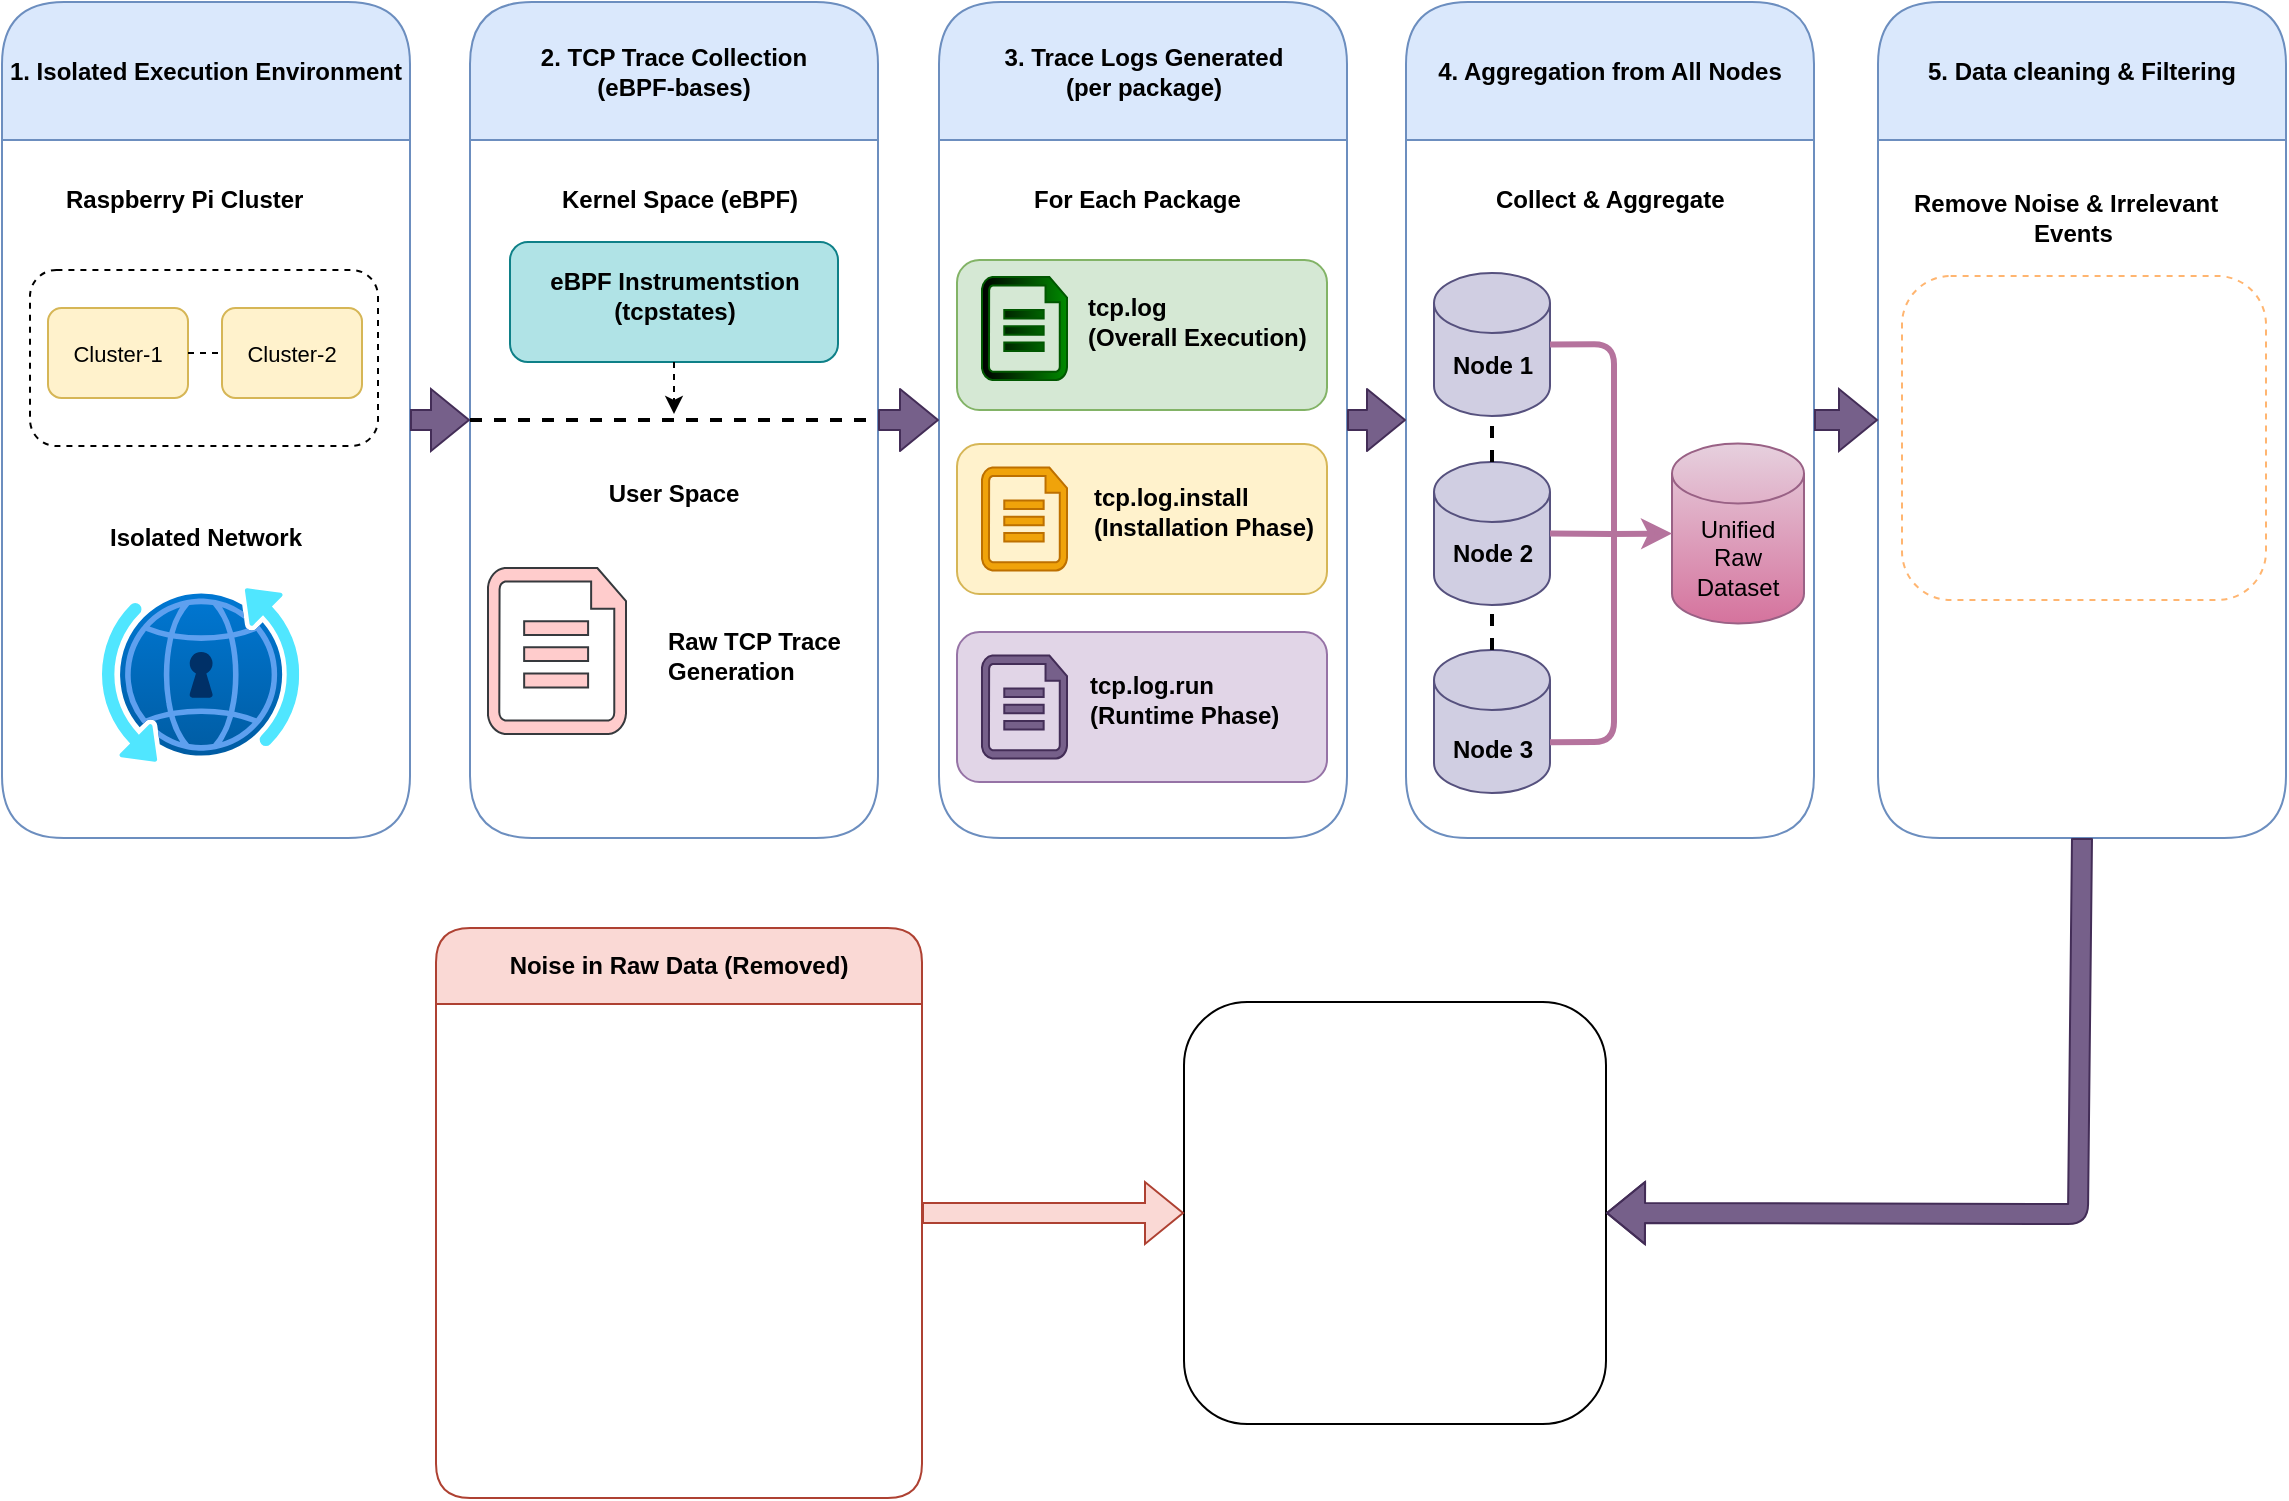
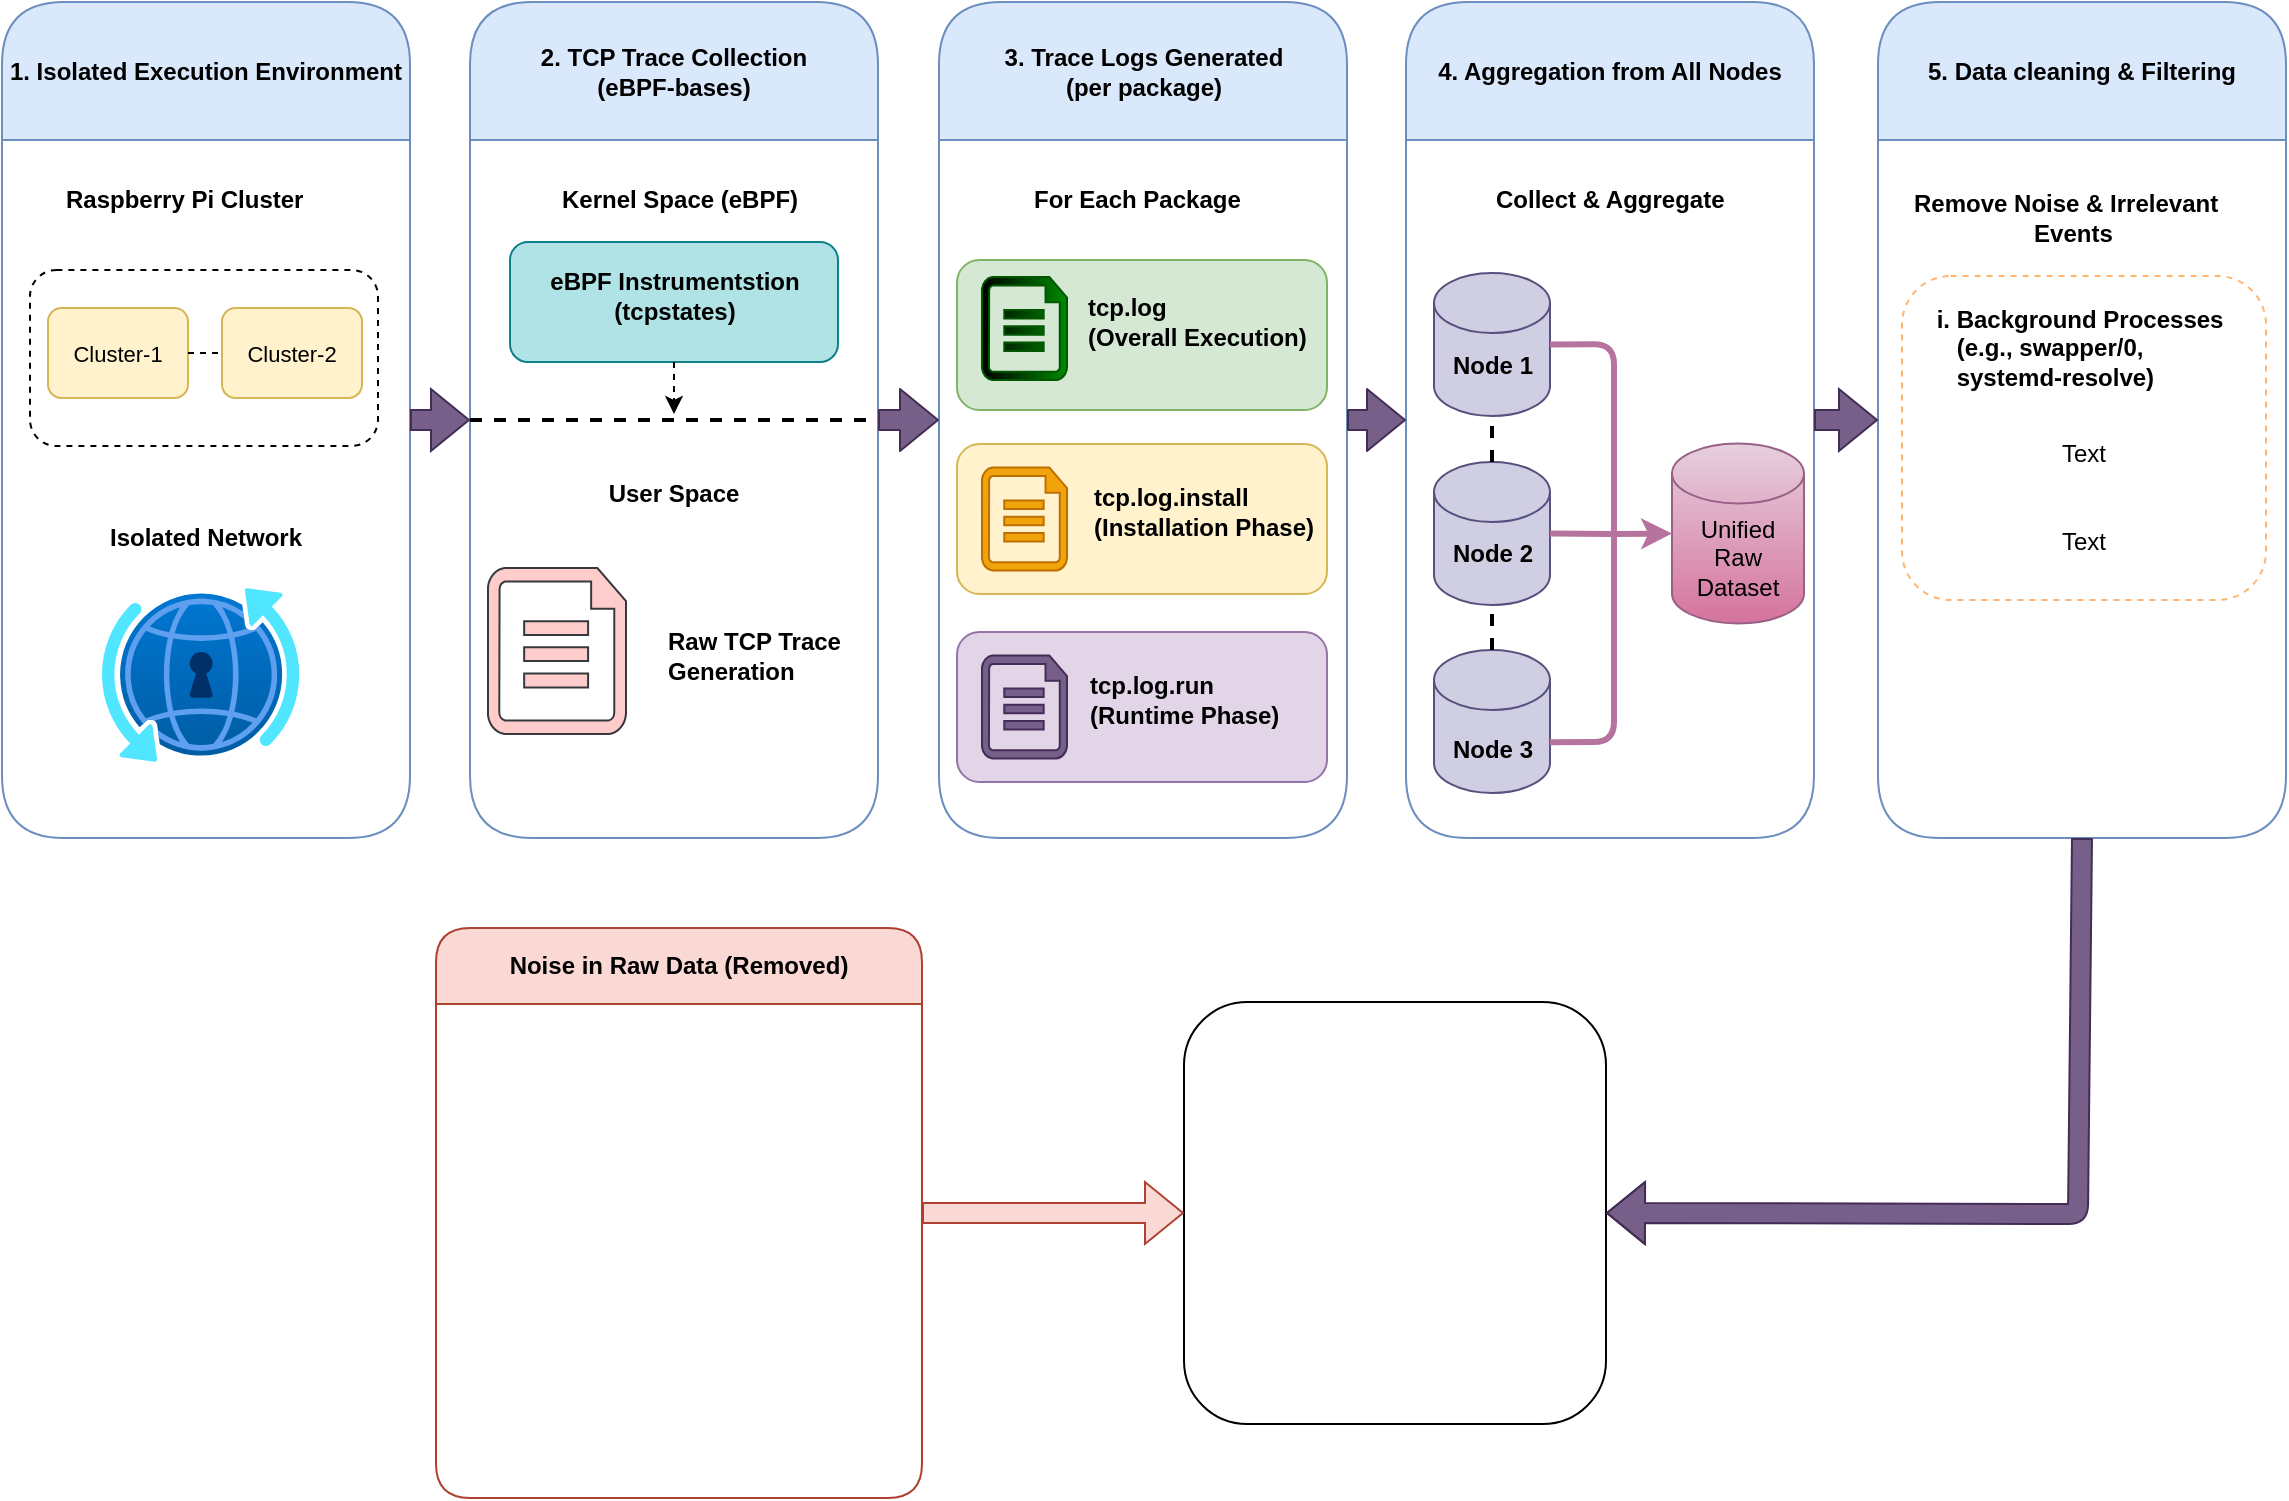
<mxfile host="app.diagrams.net">
  <diagram name="Page-1" id="8kyjSIY6fsYWo43MdOdE">
    <mxGraphModel dx="1406" dy="814" grid="0" gridSize="10" guides="1" tooltips="1" connect="1" arrows="1" fold="1" page="1" pageScale="1" pageWidth="1181" pageHeight="827" background="none" math="0" shadow="0">
      <root>
        <mxCell id="0" />
        <mxCell id="1" parent="0" />
        <mxCell id="yPxf8Ypyw46N0n0ri4En-1" parent="1" style="swimlane;whiteSpace=wrap;html=1;swimlaneFillColor=none;rounded=1;startSize=69;strokeColor=#6c8ebf;fillColor=#dae8fc;" value="1. Isolated Execution Environment" vertex="1">
          <mxGeometry height="418" width="204" x="20" y="29" as="geometry" />
        </mxCell>
        <mxCell id="9OX9V2n5WXdKuxMzRrJa-6" parent="yPxf8Ypyw46N0n0ri4En-1" style="text;strokeColor=none;fillColor=none;align=left;verticalAlign=middle;spacingLeft=4;spacingRight=4;overflow=hidden;points=[[0,0.5],[1,0.5]];portConstraint=eastwest;rotatable=0;whiteSpace=wrap;html=1;" value="&lt;b&gt;Raspberry Pi Cluster&lt;/b&gt;" vertex="1">
          <mxGeometry height="30" width="152" x="26" y="84" as="geometry" />
        </mxCell>
        <mxCell id="9OX9V2n5WXdKuxMzRrJa-7" parent="yPxf8Ypyw46N0n0ri4En-1" style="rounded=1;whiteSpace=wrap;html=1;dashed=1;" value="" vertex="1">
          <mxGeometry height="88" width="174" x="14" y="134" as="geometry" />
        </mxCell>
        <mxCell id="9OX9V2n5WXdKuxMzRrJa-8" parent="yPxf8Ypyw46N0n0ri4En-1" style="rounded=1;whiteSpace=wrap;html=1;fillColor=#fff2cc;strokeColor=#d6b656;" value="" vertex="1">
          <mxGeometry height="45" width="70" x="23" y="153" as="geometry" />
        </mxCell>
        <mxCell id="9OX9V2n5WXdKuxMzRrJa-9" parent="yPxf8Ypyw46N0n0ri4En-1" style="rounded=1;whiteSpace=wrap;html=1;fillColor=#fff2cc;strokeColor=#d6b656;" value="" vertex="1">
          <mxGeometry height="45" width="70" x="110" y="153" as="geometry" />
        </mxCell>
        <mxCell id="9OX9V2n5WXdKuxMzRrJa-10" parent="yPxf8Ypyw46N0n0ri4En-1" style="text;html=1;whiteSpace=wrap;strokeColor=none;fillColor=none;align=center;verticalAlign=middle;rounded=0;" value="&lt;font style=&quot;font-size: 11px;&quot;&gt;Cluster-1&lt;/font&gt;" vertex="1">
          <mxGeometry height="18.5" width="50" x="33" y="166.25" as="geometry" />
        </mxCell>
        <mxCell id="9OX9V2n5WXdKuxMzRrJa-11" parent="yPxf8Ypyw46N0n0ri4En-1" style="text;html=1;whiteSpace=wrap;strokeColor=none;fillColor=none;align=center;verticalAlign=middle;rounded=0;" value="&lt;font style=&quot;font-size: 11px;&quot;&gt;Cluster-2&lt;/font&gt;" vertex="1">
          <mxGeometry height="18.5" width="50" x="120" y="166.25" as="geometry" />
        </mxCell>
        <mxCell id="9OX9V2n5WXdKuxMzRrJa-12" edge="1" parent="yPxf8Ypyw46N0n0ri4En-1" source="9OX9V2n5WXdKuxMzRrJa-8" style="endArrow=none;html=1;rounded=0;exitX=1;exitY=0.5;exitDx=0;exitDy=0;entryX=0;entryY=0.5;entryDx=0;entryDy=0;dashed=1;" target="9OX9V2n5WXdKuxMzRrJa-9" value="">
          <mxGeometry height="50" relative="1" width="50" as="geometry">
            <mxPoint x="545" y="408" as="sourcePoint" />
            <mxPoint x="595" y="358" as="targetPoint" />
          </mxGeometry>
        </mxCell>
        <mxCell id="9OX9V2n5WXdKuxMzRrJa-14" parent="yPxf8Ypyw46N0n0ri4En-1" style="text;strokeColor=none;fillColor=none;align=left;verticalAlign=middle;spacingLeft=4;spacingRight=4;overflow=hidden;points=[[0,0.5],[1,0.5]];portConstraint=eastwest;rotatable=0;whiteSpace=wrap;html=1;" value="&lt;b&gt;Isolated Network&lt;/b&gt;" vertex="1">
          <mxGeometry height="30" width="109" x="47.5" y="253" as="geometry" />
        </mxCell>
        <mxCell id="9OX9V2n5WXdKuxMzRrJa-15" parent="yPxf8Ypyw46N0n0ri4En-1" style="image;aspect=fixed;html=1;points=[];align=center;fontSize=12;image=img/lib/azure2/networking/DNS_Private_Resolver.svg;" value="" vertex="1">
          <mxGeometry height="87" width="98.6" x="50" y="293" as="geometry" />
        </mxCell>
        <mxCell id="yPxf8Ypyw46N0n0ri4En-4" parent="1" style="swimlane;whiteSpace=wrap;html=1;swimlaneFillColor=none;rounded=1;startSize=69;strokeColor=#6c8ebf;fillColor=#dae8fc;" value="2. TCP Trace Collection&lt;div&gt;(eBPF-bases)&lt;/div&gt;" vertex="1">
          <mxGeometry height="418" width="204" x="254" y="29" as="geometry" />
        </mxCell>
        <mxCell id="9OX9V2n5WXdKuxMzRrJa-16" parent="yPxf8Ypyw46N0n0ri4En-4" style="text;strokeColor=none;fillColor=none;align=left;verticalAlign=middle;spacingLeft=4;spacingRight=4;overflow=hidden;points=[[0,0.5],[1,0.5]];portConstraint=eastwest;rotatable=0;whiteSpace=wrap;html=1;" value="&lt;b&gt;Kernel Space (eBPF)&lt;/b&gt;" vertex="1">
          <mxGeometry height="30" width="134" x="40" y="84" as="geometry" />
        </mxCell>
        <mxCell id="9OX9V2n5WXdKuxMzRrJa-20" parent="yPxf8Ypyw46N0n0ri4En-4" style="rounded=1;whiteSpace=wrap;html=1;fillColor=#b0e3e6;strokeColor=#0e8088;" value="" vertex="1">
          <mxGeometry height="60" width="164" x="20" y="120" as="geometry" />
        </mxCell>
        <mxCell id="9OX9V2n5WXdKuxMzRrJa-22" parent="yPxf8Ypyw46N0n0ri4En-4" style="text;html=1;whiteSpace=wrap;strokeColor=none;fillColor=none;align=center;verticalAlign=middle;rounded=0;" value="&lt;b&gt;eBPF Instrumentstion&lt;/b&gt;&lt;div&gt;&lt;b&gt;(tcpstates)&lt;/b&gt;&lt;/div&gt;" vertex="1">
          <mxGeometry height="35" width="133" x="35.5" y="129" as="geometry" />
        </mxCell>
        <mxCell id="9OX9V2n5WXdKuxMzRrJa-23" parent="yPxf8Ypyw46N0n0ri4En-4" style="text;html=1;whiteSpace=wrap;strokeColor=none;fillColor=none;align=center;verticalAlign=middle;rounded=0;" value="&lt;b&gt;User Space&lt;/b&gt;" vertex="1">
          <mxGeometry height="30" width="122" x="41" y="231" as="geometry" />
        </mxCell>
        <mxCell id="9OX9V2n5WXdKuxMzRrJa-24" parent="yPxf8Ypyw46N0n0ri4En-4" style="verticalLabelPosition=bottom;html=1;verticalAlign=top;align=center;shape=mxgraph.azure.cloud_services_configuration_file;pointerEvents=1;fillColor=#ffcccc;strokeColor=#36393d;" value="" vertex="1">
          <mxGeometry height="83" width="69" x="9" y="283" as="geometry" />
        </mxCell>
        <mxCell id="9OX9V2n5WXdKuxMzRrJa-26" parent="yPxf8Ypyw46N0n0ri4En-4" style="text;strokeColor=none;fillColor=none;align=left;verticalAlign=middle;spacingLeft=4;spacingRight=4;overflow=hidden;points=[[0,0.5],[1,0.5]];portConstraint=eastwest;rotatable=0;whiteSpace=wrap;html=1;" value="&lt;b&gt;Raw TCP Trace&lt;/b&gt;&lt;div&gt;&lt;b&gt;Generation&lt;/b&gt;&lt;/div&gt;" vertex="1">
          <mxGeometry height="74" width="99" x="93" y="290" as="geometry" />
        </mxCell>
        <mxCell id="yPxf8Ypyw46N0n0ri4En-5" parent="1" style="swimlane;whiteSpace=wrap;html=1;swimlaneFillColor=none;rounded=1;startSize=69;strokeColor=#6c8ebf;fillColor=#dae8fc;" value="3. Trace Logs Generated&lt;div&gt;(per package)&lt;/div&gt;" vertex="1">
          <mxGeometry height="418" width="204" x="488.5" y="29" as="geometry" />
        </mxCell>
        <mxCell id="9OX9V2n5WXdKuxMzRrJa-17" parent="yPxf8Ypyw46N0n0ri4En-5" style="text;strokeColor=none;fillColor=none;align=left;verticalAlign=middle;spacingLeft=4;spacingRight=4;overflow=hidden;points=[[0,0.5],[1,0.5]];portConstraint=eastwest;rotatable=0;whiteSpace=wrap;html=1;" value="&lt;b&gt;For Each Package&lt;/b&gt;" vertex="1">
          <mxGeometry height="30" width="121.5" x="41.5" y="84" as="geometry" />
        </mxCell>
        <mxCell id="9OX9V2n5WXdKuxMzRrJa-27" parent="yPxf8Ypyw46N0n0ri4En-5" style="rounded=1;whiteSpace=wrap;html=1;fillColor=#d5e8d4;strokeColor=#82b366;" value="" vertex="1">
          <mxGeometry height="75" width="185" x="9" y="129" as="geometry" />
        </mxCell>
        <mxCell id="9OX9V2n5WXdKuxMzRrJa-28" parent="yPxf8Ypyw46N0n0ri4En-5" style="rounded=1;whiteSpace=wrap;html=1;fillColor=#fff2cc;strokeColor=#d6b656;" value="" vertex="1">
          <mxGeometry height="75" width="185" x="9" y="221" as="geometry" />
        </mxCell>
        <mxCell id="9OX9V2n5WXdKuxMzRrJa-29" parent="yPxf8Ypyw46N0n0ri4En-5" style="rounded=1;whiteSpace=wrap;html=1;fillColor=#e1d5e7;strokeColor=#9673a6;" value="" vertex="1">
          <mxGeometry height="75" width="185" x="9" y="315" as="geometry" />
        </mxCell>
        <mxCell id="9OX9V2n5WXdKuxMzRrJa-31" parent="yPxf8Ypyw46N0n0ri4En-5" style="verticalLabelPosition=bottom;html=1;verticalAlign=top;align=center;strokeColor=#005700;fillColor=#008a00;shape=mxgraph.azure.cloud_services_configuration_file;pointerEvents=1;fontColor=#ffffff;shadow=0;gradientColor=default;gradientDirection=west;" value="" vertex="1">
          <mxGeometry height="51.5" width="42.5" x="21.5" y="137.5" as="geometry" />
        </mxCell>
        <mxCell id="9OX9V2n5WXdKuxMzRrJa-32" parent="yPxf8Ypyw46N0n0ri4En-5" style="verticalLabelPosition=bottom;html=1;verticalAlign=top;align=center;strokeColor=#BD7000;fillColor=#f0a30a;shape=mxgraph.azure.cloud_services_configuration_file;pointerEvents=1;fontColor=#000000;shadow=0;gradientDirection=west;" value="" vertex="1">
          <mxGeometry height="51.5" width="42.5" x="21.5" y="232.75" as="geometry" />
        </mxCell>
        <mxCell id="9OX9V2n5WXdKuxMzRrJa-33" parent="yPxf8Ypyw46N0n0ri4En-5" style="verticalLabelPosition=bottom;html=1;verticalAlign=top;align=center;strokeColor=#432D57;fillColor=#76608a;shape=mxgraph.azure.cloud_services_configuration_file;pointerEvents=1;fontColor=#ffffff;shadow=0;gradientDirection=west;" value="" vertex="1">
          <mxGeometry height="51.5" width="42.5" x="21.5" y="326.75" as="geometry" />
        </mxCell>
        <mxCell id="9OX9V2n5WXdKuxMzRrJa-34" parent="yPxf8Ypyw46N0n0ri4En-5" style="text;strokeColor=none;fillColor=none;align=left;verticalAlign=middle;spacingLeft=4;spacingRight=4;overflow=hidden;points=[[0,0.5],[1,0.5]];portConstraint=eastwest;rotatable=0;whiteSpace=wrap;html=1;" value="&lt;b&gt;tcp.log&lt;/b&gt;&lt;div&gt;&lt;b&gt;(Overall Execution)&lt;/b&gt;&lt;/div&gt;" vertex="1">
          <mxGeometry height="44" width="122" x="68" y="137.5" as="geometry" />
        </mxCell>
        <mxCell id="9OX9V2n5WXdKuxMzRrJa-35" parent="yPxf8Ypyw46N0n0ri4En-5" style="text;strokeColor=none;fillColor=none;align=left;verticalAlign=middle;spacingLeft=4;spacingRight=4;overflow=hidden;points=[[0,0.5],[1,0.5]];portConstraint=eastwest;rotatable=0;whiteSpace=wrap;html=1;" value="&lt;b&gt;tcp.log.install&lt;/b&gt;&lt;div&gt;&lt;b&gt;(Installation Phase)&lt;/b&gt;&lt;/div&gt;" vertex="1">
          <mxGeometry height="44" width="121" x="71" y="232.75" as="geometry" />
        </mxCell>
        <mxCell id="9OX9V2n5WXdKuxMzRrJa-36" parent="yPxf8Ypyw46N0n0ri4En-5" style="text;strokeColor=none;fillColor=none;align=left;verticalAlign=middle;spacingLeft=4;spacingRight=4;overflow=hidden;points=[[0,0.5],[1,0.5]];portConstraint=eastwest;rotatable=0;whiteSpace=wrap;html=1;" value="&lt;b&gt;tcp.log.run&lt;/b&gt;&lt;div&gt;&lt;b&gt;(Runtime Phase)&lt;/b&gt;&lt;/div&gt;" vertex="1">
          <mxGeometry height="44" width="119" x="69" y="326.75" as="geometry" />
        </mxCell>
        <mxCell id="yPxf8Ypyw46N0n0ri4En-6" parent="1" style="swimlane;whiteSpace=wrap;html=1;swimlaneFillColor=none;rounded=1;startSize=69;strokeColor=#6c8ebf;fillColor=#dae8fc;" value="4. Aggregation from All Nodes" vertex="1">
          <mxGeometry height="418" width="204" x="722" y="29" as="geometry" />
        </mxCell>
        <mxCell id="9OX9V2n5WXdKuxMzRrJa-37" parent="yPxf8Ypyw46N0n0ri4En-6" style="text;strokeColor=none;fillColor=none;align=left;verticalAlign=middle;spacingLeft=4;spacingRight=4;overflow=hidden;points=[[0,0.5],[1,0.5]];portConstraint=eastwest;rotatable=0;whiteSpace=wrap;html=1;" value="&lt;b&gt;Collect &amp;amp; Aggregate&lt;/b&gt;" vertex="1">
          <mxGeometry height="30" width="125.75" x="39.13" y="84" as="geometry" />
        </mxCell>
        <mxCell id="9OX9V2n5WXdKuxMzRrJa-38" parent="yPxf8Ypyw46N0n0ri4En-6" style="shape=cylinder3;whiteSpace=wrap;html=1;boundedLbl=1;backgroundOutline=1;size=15;fillColor=#d0cee2;strokeColor=#56517e;" value="" vertex="1">
          <mxGeometry height="71.5" width="58" x="14" y="135.5" as="geometry" />
        </mxCell>
        <mxCell id="9OX9V2n5WXdKuxMzRrJa-44" parent="yPxf8Ypyw46N0n0ri4En-6" style="shape=cylinder3;whiteSpace=wrap;html=1;boundedLbl=1;backgroundOutline=1;size=15;fillColor=#d0cee2;strokeColor=#56517e;" value="" vertex="1">
          <mxGeometry height="71.5" width="58" x="14" y="230" as="geometry" />
        </mxCell>
        <mxCell id="9OX9V2n5WXdKuxMzRrJa-45" parent="yPxf8Ypyw46N0n0ri4En-6" style="shape=cylinder3;whiteSpace=wrap;html=1;boundedLbl=1;backgroundOutline=1;size=15;fillColor=#d0cee2;strokeColor=#56517e;" value="" vertex="1">
          <mxGeometry height="71.5" width="58" x="14" y="324" as="geometry" />
        </mxCell>
        <mxCell id="9OX9V2n5WXdKuxMzRrJa-46" edge="1" parent="yPxf8Ypyw46N0n0ri4En-6" source="9OX9V2n5WXdKuxMzRrJa-44" style="endArrow=none;html=1;rounded=0;entryX=0.5;entryY=1;entryDx=0;entryDy=0;entryPerimeter=0;exitX=0.5;exitY=0;exitDx=0;exitDy=0;exitPerimeter=0;dashed=1;strokeWidth=2;" target="9OX9V2n5WXdKuxMzRrJa-38" value="">
          <mxGeometry height="50" relative="1" width="50" as="geometry">
            <mxPoint x="-154" y="387" as="sourcePoint" />
            <mxPoint x="-104" y="337" as="targetPoint" />
          </mxGeometry>
        </mxCell>
        <mxCell id="9OX9V2n5WXdKuxMzRrJa-47" edge="1" parent="yPxf8Ypyw46N0n0ri4En-6" source="9OX9V2n5WXdKuxMzRrJa-45" style="endArrow=none;html=1;rounded=0;entryX=0.5;entryY=1;entryDx=0;entryDy=0;entryPerimeter=0;exitX=0.5;exitY=0;exitDx=0;exitDy=0;exitPerimeter=0;dashed=1;strokeWidth=2;" target="9OX9V2n5WXdKuxMzRrJa-44" value="">
          <mxGeometry height="50" relative="1" width="50" as="geometry">
            <mxPoint x="-154" y="387" as="sourcePoint" />
            <mxPoint x="-104" y="337" as="targetPoint" />
          </mxGeometry>
        </mxCell>
        <mxCell id="9OX9V2n5WXdKuxMzRrJa-48" parent="yPxf8Ypyw46N0n0ri4En-6" style="shape=cylinder3;whiteSpace=wrap;html=1;boundedLbl=1;backgroundOutline=1;size=15;fillColor=#e6d0de;strokeColor=#996185;gradientColor=#d5739d;" value="" vertex="1">
          <mxGeometry height="90" width="66" x="133" y="220.75" as="geometry" />
        </mxCell>
        <mxCell id="9OX9V2n5WXdKuxMzRrJa-49" edge="1" parent="yPxf8Ypyw46N0n0ri4En-6" source="9OX9V2n5WXdKuxMzRrJa-45" style="endArrow=none;html=1;rounded=1;entryX=1;entryY=0.5;entryDx=0;entryDy=0;entryPerimeter=0;exitX=1;exitY=0;exitDx=0;exitDy=46.125;exitPerimeter=0;strokeWidth=3;curved=0;strokeColor=#B5739D;" target="9OX9V2n5WXdKuxMzRrJa-38" value="">
          <mxGeometry height="50" relative="1" width="50" as="geometry">
            <Array as="points">
              <mxPoint x="104" y="370" />
              <mxPoint x="104" y="171" />
            </Array>
            <mxPoint x="-154" y="387" as="sourcePoint" />
            <mxPoint x="-104" y="337" as="targetPoint" />
          </mxGeometry>
        </mxCell>
        <mxCell id="9OX9V2n5WXdKuxMzRrJa-54" edge="1" parent="yPxf8Ypyw46N0n0ri4En-6" source="9OX9V2n5WXdKuxMzRrJa-44" style="endArrow=none;html=1;rounded=0;exitX=1;exitY=0.5;exitDx=0;exitDy=0;exitPerimeter=0;strokeWidth=3;strokeColor=#B5739D;" value="">
          <mxGeometry height="50" relative="1" width="50" as="geometry">
            <mxPoint x="-154" y="389" as="sourcePoint" />
            <mxPoint x="103" y="266" as="targetPoint" />
          </mxGeometry>
        </mxCell>
        <mxCell id="9OX9V2n5WXdKuxMzRrJa-56" parent="yPxf8Ypyw46N0n0ri4En-6" style="text;html=1;whiteSpace=wrap;strokeColor=none;fillColor=none;align=center;verticalAlign=middle;rounded=0;" value="&lt;b&gt;Node 1&lt;/b&gt;" vertex="1">
          <mxGeometry height="24.5" width="47" x="19.5" y="170" as="geometry" />
        </mxCell>
        <mxCell id="9OX9V2n5WXdKuxMzRrJa-57" parent="yPxf8Ypyw46N0n0ri4En-6" style="text;html=1;whiteSpace=wrap;strokeColor=none;fillColor=none;align=center;verticalAlign=middle;rounded=0;" value="&lt;b&gt;Node 2&lt;/b&gt;" vertex="1">
          <mxGeometry height="24.5" width="47" x="19.5" y="264" as="geometry" />
        </mxCell>
        <mxCell id="9OX9V2n5WXdKuxMzRrJa-58" parent="yPxf8Ypyw46N0n0ri4En-6" style="text;html=1;whiteSpace=wrap;strokeColor=none;fillColor=none;align=center;verticalAlign=middle;rounded=0;" value="&lt;b&gt;Node 3&lt;/b&gt;" vertex="1">
          <mxGeometry height="24.5" width="47" x="19.5" y="362" as="geometry" />
        </mxCell>
        <mxCell id="9OX9V2n5WXdKuxMzRrJa-59" parent="yPxf8Ypyw46N0n0ri4En-6" style="text;html=1;whiteSpace=wrap;strokeColor=none;fillColor=none;align=center;verticalAlign=middle;rounded=0;" value="Unified&lt;div&gt;Raw Dataset&lt;/div&gt;" vertex="1">
          <mxGeometry height="47.25" width="52" x="140" y="254.25" as="geometry" />
        </mxCell>
        <mxCell id="yPxf8Ypyw46N0n0ri4En-7" parent="1" style="swimlane;whiteSpace=wrap;html=1;swimlaneFillColor=none;rounded=1;startSize=69;strokeColor=#6c8ebf;fillColor=#dae8fc;" value="5. Data cleaning &amp;amp; Filtering" vertex="1">
          <mxGeometry height="418" width="204" x="958" y="29" as="geometry" />
        </mxCell>
        <mxCell id="9OX9V2n5WXdKuxMzRrJa-60" parent="yPxf8Ypyw46N0n0ri4En-7" style="text;strokeColor=none;fillColor=none;align=left;verticalAlign=middle;spacingLeft=4;spacingRight=4;overflow=hidden;points=[[0,0.5],[1,0.5]];portConstraint=eastwest;rotatable=0;whiteSpace=wrap;html=1;" value="&lt;b&gt;Remove Noise &amp;amp; Irrelevant&amp;nbsp; &amp;nbsp; &amp;nbsp; &amp;nbsp; &amp;nbsp; &amp;nbsp; &amp;nbsp; &amp;nbsp; &amp;nbsp; &amp;nbsp; &amp;nbsp; &amp;nbsp; Events&lt;/b&gt;" vertex="1">
          <mxGeometry height="48" width="180" x="12" y="84" as="geometry" />
        </mxCell>
        <mxCell id="9OX9V2n5WXdKuxMzRrJa-64" parent="yPxf8Ypyw46N0n0ri4En-7" style="rounded=1;whiteSpace=wrap;html=1;dashed=1;strokeColor=#FFB570;" value="" vertex="1">
          <mxGeometry height="162" width="182" x="12" y="137" as="geometry" />
        </mxCell>
+         <mxCell id="9OX9V2n5WXdKuxMzRrJa-65" parent="yPxf8Ypyw46N0n0ri4En-7" style="text;html=1;whiteSpace=wrap;strokeColor=none;fillColor=none;align=left;verticalAlign=middle;rounded=0;" value="&lt;b&gt;&lt;span style=&quot;background-color: light-dark(#ffffff, var(--ge-dark-color, #121212)); color: light-dark(rgb(0, 0, 0), rgb(255, 255, 255));&quot;&gt;&amp;nbsp;i. Background Processes&lt;/span&gt;&lt;br&gt;&lt;span style=&quot;background-color: light-dark(#ffffff, var(--ge-dark-color, #121212)); color: light-dark(rgb(0, 0, 0), rgb(255, 255, 255));&quot;&gt;&amp;nbsp; &amp;nbsp; (e.g., swapper/0,&lt;/span&gt;&lt;/b&gt;&lt;div&gt;&lt;b&gt;&lt;span style=&quot;background-color: light-dark(#ffffff, var(--ge-dark-color, #121212)); color: light-dark(rgb(0, 0, 0), rgb(255, 255, 255));&quot;&gt;&amp;nbsp; &amp;nbsp; systemd-resolve)&lt;/span&gt;&lt;/b&gt;&lt;/div&gt;" vertex="1">
+           <mxGeometry height="43" width="164" x="24" y="151" as="geometry" />
+         </mxCell>
+         <mxCell id="9OX9V2n5WXdKuxMzRrJa-66" parent="yPxf8Ypyw46N0n0ri4En-7" style="text;html=1;whiteSpace=wrap;strokeColor=none;fillColor=none;align=center;verticalAlign=middle;rounded=0;" value="Text" vertex="1">
+           <mxGeometry height="40" width="158" x="24" y="206" as="geometry" />
+         </mxCell>
+         <mxCell id="9OX9V2n5WXdKuxMzRrJa-67" parent="yPxf8Ypyw46N0n0ri4En-7" style="text;html=1;whiteSpace=wrap;strokeColor=none;fillColor=none;align=center;verticalAlign=middle;rounded=0;" value="Text" vertex="1">
+           <mxGeometry height="40" width="158" x="24" y="250" as="geometry" />
+         </mxCell>
        <mxCell id="yPxf8Ypyw46N0n0ri4En-8" parent="1" style="whiteSpace=wrap;html=1;aspect=fixed;rounded=1;strokeWidth=1;" value="" vertex="1">
          <mxGeometry height="211" width="211" x="611" y="529" as="geometry" />
        </mxCell>
        <mxCell id="yPxf8Ypyw46N0n0ri4En-9" edge="1" parent="1" source="yPxf8Ypyw46N0n0ri4En-7" style="endArrow=classic;html=1;rounded=1;exitX=0.5;exitY=1;exitDx=0;exitDy=0;entryX=1;entryY=0.5;entryDx=0;entryDy=0;shape=flexArrow;strokeWidth=1;strokeColor=#432D57;fillColor=#76608a;" target="yPxf8Ypyw46N0n0ri4En-8" value="">
          <mxGeometry height="50" relative="1" width="50" as="geometry">
            <Array as="points">
              <mxPoint x="1058" y="635" />
            </Array>
            <mxPoint x="567" y="544" as="sourcePoint" />
            <mxPoint x="617" y="494" as="targetPoint" />
          </mxGeometry>
        </mxCell>
        <mxCell id="yPxf8Ypyw46N0n0ri4En-10" edge="1" parent="1" source="yPxf8Ypyw46N0n0ri4En-4" style="endArrow=classic;html=1;rounded=1;exitX=1;exitY=0.5;exitDx=0;exitDy=0;entryX=0;entryY=0.5;entryDx=0;entryDy=0;shape=flexArrow;fillColor=#76608a;strokeColor=#432D57;" target="yPxf8Ypyw46N0n0ri4En-5" value="">
          <mxGeometry height="50" relative="1" width="50" as="geometry">
            <mxPoint x="567" y="444" as="sourcePoint" />
            <mxPoint x="617" y="394" as="targetPoint" />
          </mxGeometry>
        </mxCell>
        <mxCell id="9OX9V2n5WXdKuxMzRrJa-1" edge="1" parent="1" source="yPxf8Ypyw46N0n0ri4En-5" style="endArrow=classic;html=1;rounded=1;exitX=1;exitY=0.5;exitDx=0;exitDy=0;entryX=0;entryY=0.5;entryDx=0;entryDy=0;shape=flexArrow;fillColor=#76608a;strokeColor=#432D57;" target="yPxf8Ypyw46N0n0ri4En-6" value="">
          <mxGeometry height="50" relative="1" width="50" as="geometry">
            <mxPoint x="565" y="444" as="sourcePoint" />
            <mxPoint x="615" y="394" as="targetPoint" />
          </mxGeometry>
        </mxCell>
        <mxCell id="9OX9V2n5WXdKuxMzRrJa-2" edge="1" parent="1" source="yPxf8Ypyw46N0n0ri4En-6" style="endArrow=classic;html=1;rounded=0;exitX=1;exitY=0.5;exitDx=0;exitDy=0;entryX=0;entryY=0.5;entryDx=0;entryDy=0;shape=flexArrow;fillColor=#76608a;strokeColor=#432D57;" target="yPxf8Ypyw46N0n0ri4En-7" value="">
          <mxGeometry height="50" relative="1" width="50" as="geometry">
            <mxPoint x="565" y="444" as="sourcePoint" />
            <mxPoint x="615" y="394" as="targetPoint" />
          </mxGeometry>
        </mxCell>
        <mxCell id="9OX9V2n5WXdKuxMzRrJa-3" edge="1" parent="1" source="yPxf8Ypyw46N0n0ri4En-1" style="endArrow=classic;html=1;rounded=0;exitX=1;exitY=0.5;exitDx=0;exitDy=0;entryX=0;entryY=0.5;entryDx=0;entryDy=0;shape=flexArrow;fillColor=#76608a;strokeColor=#432D57;" target="yPxf8Ypyw46N0n0ri4En-4" value="">
          <mxGeometry height="50" relative="1" width="50" as="geometry">
            <mxPoint x="565" y="444" as="sourcePoint" />
            <mxPoint x="615" y="394" as="targetPoint" />
          </mxGeometry>
        </mxCell>
        <mxCell id="9OX9V2n5WXdKuxMzRrJa-4" parent="1" style="swimlane;whiteSpace=wrap;html=1;startSize=38;rounded=1;fillColor=#fad9d5;strokeColor=#ae4132;" value="Noise in Raw Data (Removed)" vertex="1">
          <mxGeometry height="285" width="243" x="237" y="492" as="geometry" />
        </mxCell>
        <mxCell id="9OX9V2n5WXdKuxMzRrJa-5" edge="1" parent="1" source="9OX9V2n5WXdKuxMzRrJa-4" style="endArrow=classic;html=1;rounded=0;exitX=1;exitY=0.5;exitDx=0;exitDy=0;entryX=0;entryY=0.5;entryDx=0;entryDy=0;shape=flexArrow;fillColor=#fad9d5;strokeColor=#ae4132;" target="yPxf8Ypyw46N0n0ri4En-8" value="">
          <mxGeometry height="50" relative="1" width="50" as="geometry">
            <mxPoint x="565" y="437" as="sourcePoint" />
            <mxPoint x="615" y="387" as="targetPoint" />
          </mxGeometry>
        </mxCell>
        <mxCell id="9OX9V2n5WXdKuxMzRrJa-19" edge="1" parent="1" source="yPxf8Ypyw46N0n0ri4En-4" style="endArrow=none;dashed=1;html=1;rounded=0;exitX=0;exitY=0.5;exitDx=0;exitDy=0;entryX=1;entryY=0.5;entryDx=0;entryDy=0;strokeWidth=2;" target="yPxf8Ypyw46N0n0ri4En-4" value="">
          <mxGeometry height="50" relative="1" width="50" as="geometry">
            <mxPoint x="565" y="430" as="sourcePoint" />
            <mxPoint x="460" y="240" as="targetPoint" />
          </mxGeometry>
        </mxCell>
        <mxCell id="9OX9V2n5WXdKuxMzRrJa-21" edge="1" parent="1" source="9OX9V2n5WXdKuxMzRrJa-20" style="endArrow=classic;html=1;rounded=0;exitX=0.5;exitY=1;exitDx=0;exitDy=0;dashed=1;" value="">
          <mxGeometry height="50" relative="1" width="50" as="geometry">
            <mxPoint x="565" y="430" as="sourcePoint" />
            <mxPoint x="356" y="235" as="targetPoint" />
          </mxGeometry>
        </mxCell>
        <mxCell id="9OX9V2n5WXdKuxMzRrJa-55" edge="1" parent="1" style="endArrow=classic;html=1;rounded=0;entryX=0;entryY=0.5;entryDx=0;entryDy=0;entryPerimeter=0;strokeColor=#B5739D;strokeWidth=3;" target="9OX9V2n5WXdKuxMzRrJa-48" value="">
          <mxGeometry height="50" relative="1" width="50" as="geometry">
            <mxPoint x="825" y="295" as="sourcePoint" />
            <mxPoint x="618" y="368" as="targetPoint" />
          </mxGeometry>
        </mxCell>
      </root>
    </mxGraphModel>
  </diagram>
</mxfile>
